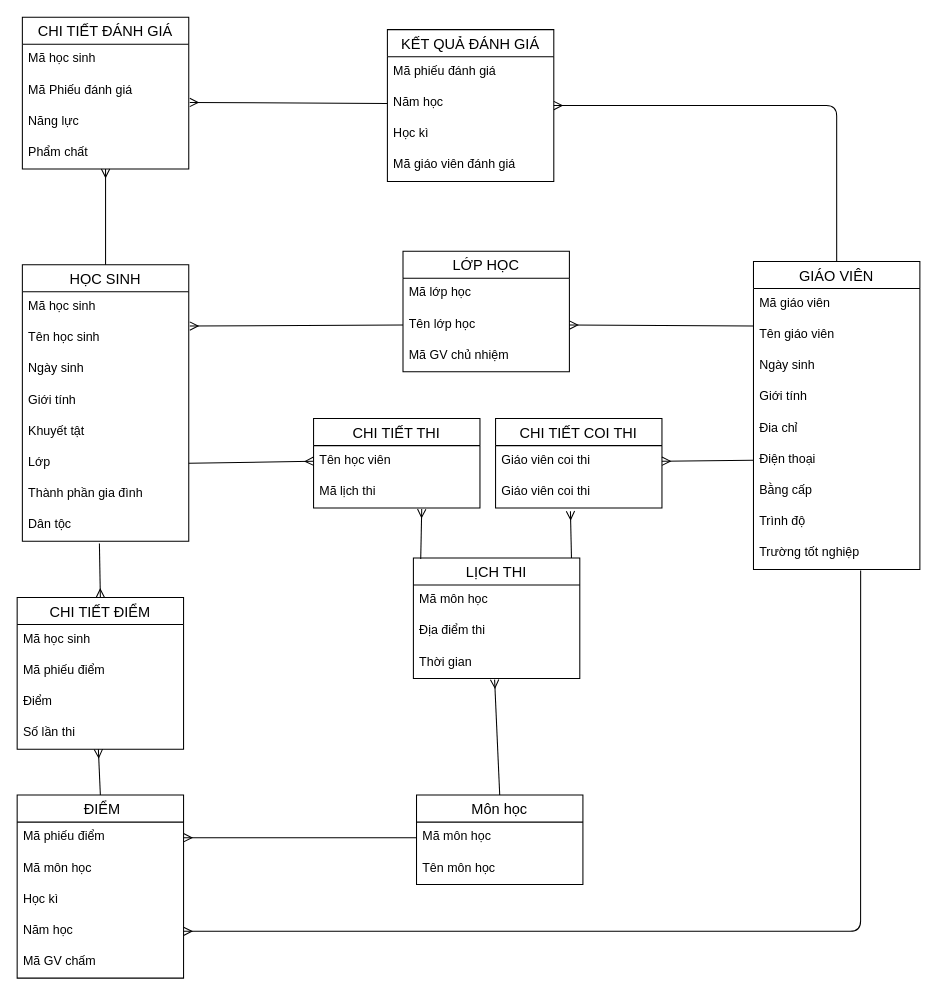
Earlier version of the draw.io diagram 3.2.2.drawio (TLGKien/graph). Source tidied: cells renumbered, new cells numbered last; positions are measured from the earlier drawing's top-left corner, leaving out a move shared by most shapes. Both pictures are drawn from the tidied source at 104%, with x=0, y=0 at pixel (17, 17).
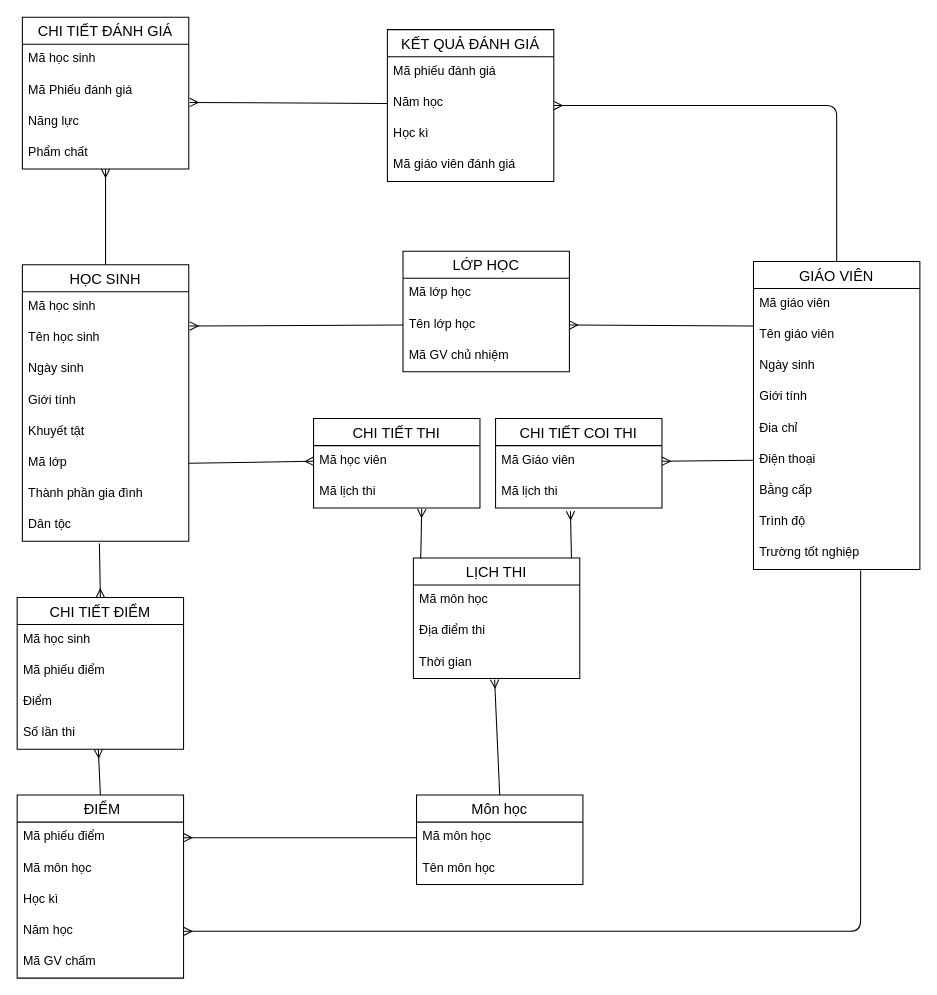
The same diagram, later.

Unchanged cells that the change refers to:
```xml
<mxCell id="2" value="HỌC SINH" style="swimlane;fontStyle=0;horizontal=1;startSize=26;align=center;fontSize=14;" parent="1" vertex="1">
  <mxGeometry x="5" y="238" width="160" height="266" as="geometry" />
</mxCell>
<mxCell id="32" value="CHI TIẾT COI THI" style="swimlane;fontStyle=0;horizontal=1;startSize=26;align=center;fontSize=14;" parent="1" vertex="1">
  <mxGeometry x="460" y="386" width="160" height="86" as="geometry" />
</mxCell>
<mxCell id="35" value="CHI TIẾT THI" style="swimlane;fontStyle=0;horizontal=1;startSize=26;align=center;fontSize=14;" parent="1" vertex="1">
  <mxGeometry x="285" y="386" width="160" height="86" as="geometry" />
</mxCell>
```

Change to the diagram source:
```diff
@@
-    <mxCell id="8" value="Lớp" style="text;strokeColor=none;fillColor=none;spacingLeft=4;spacingRight=4;overflow=hidden;points=[[0,0.5],[1,0.5]];portConstraint=eastwest;fontSize=12;" parent="2" vertex="1">
+    <mxCell id="8" value="Mã lớp" style="text;strokeColor=none;fillColor=none;spacingLeft=4;spacingRight=4;overflow=hidden;points=[[0,0.5],[1,0.5]];portConstraint=eastwest;fontSize=12;" parent="2" vertex="1">
       <mxGeometry y="176" width="160" height="30" as="geometry" />
     </mxCell>
@@
-    <mxCell id="33" value="Giáo viên coi thi&#10;" style="text;strokeColor=none;fillColor=none;spacingLeft=4;spacingRight=4;overflow=hidden;points=[[0,0.5],[1,0.5]];portConstraint=eastwest;fontSize=12;" parent="32" vertex="1">
+    <mxCell id="33" value="Mã Giáo viên" style="text;strokeColor=none;fillColor=none;spacingLeft=4;spacingRight=4;overflow=hidden;points=[[0,0.5],[1,0.5]];portConstraint=eastwest;fontSize=12;" parent="32" vertex="1">
       <mxGeometry y="26" width="160" height="30" as="geometry" />
     </mxCell>
-    <mxCell id="34" value="Giáo viên coi thi&#10;" style="text;strokeColor=none;fillColor=none;spacingLeft=4;spacingRight=4;overflow=hidden;points=[[0,0.5],[1,0.5]];portConstraint=eastwest;fontSize=12;" parent="32" vertex="1">
+    <mxCell id="34" value="Mã lịch thi" style="text;strokeColor=none;fillColor=none;spacingLeft=4;spacingRight=4;overflow=hidden;points=[[0,0.5],[1,0.5]];portConstraint=eastwest;fontSize=12;" parent="32" vertex="1">
       <mxGeometry y="56" width="160" height="30" as="geometry" />
     </mxCell>
@@
-    <mxCell id="36" value="Tên học viên" style="text;strokeColor=none;fillColor=none;spacingLeft=4;spacingRight=4;overflow=hidden;points=[[0,0.5],[1,0.5]];portConstraint=eastwest;fontSize=12;" parent="35" vertex="1">
+    <mxCell id="36" value="Mã học viên" style="text;strokeColor=none;fillColor=none;spacingLeft=4;spacingRight=4;overflow=hidden;points=[[0,0.5],[1,0.5]];portConstraint=eastwest;fontSize=12;" parent="35" vertex="1">
       <mxGeometry y="26" width="160" height="30" as="geometry" />
     </mxCell>
```
